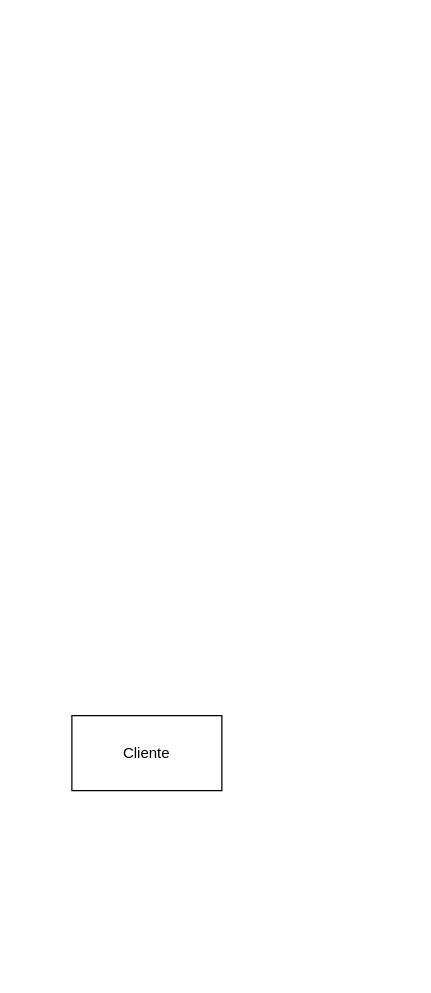
Earlier version of the draw.io diagram Unidad_1/Tareas/Tarea_6/Sistema Gestión de ventas de Automóviles.drawio (OxideVanadium/base_de_datos). Source tidied: cells renumbered, new cells numbered last; positions are measured from the earlier drawing's top-left corner, leaving out a move shared by most shapes. Both pictures are drawn from the tidied source at 125%, with x=0, y=0 at pixel (71, 715).
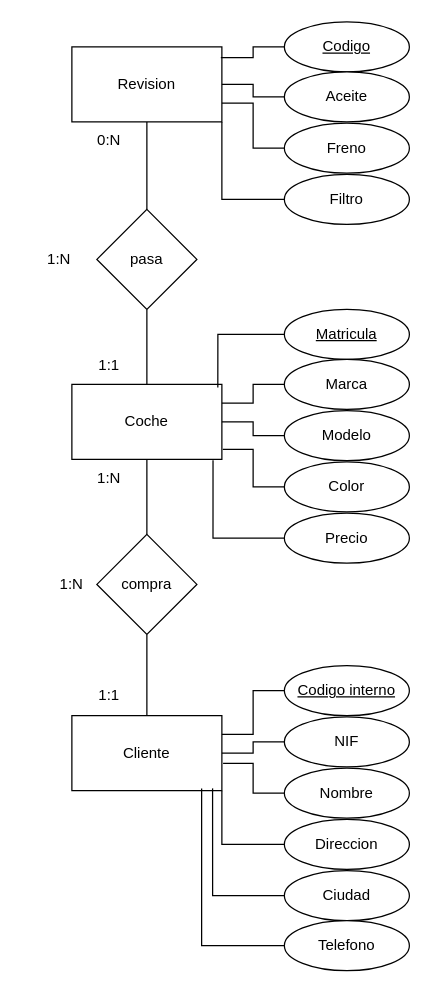
Above is the later version.

Unchanged cells that the change refers to:
```xml
<mxCell id="2" value="Cliente" style="rounded=0;whiteSpace=wrap;html=1;" parent="1" vertex="1">
  <mxGeometry width="120" height="60" as="geometry" />
</mxCell>
```

Change to the diagram source:
```diff
@@
+    <mxCell id="3" style="edgeStyle=orthogonalEdgeStyle;rounded=0;jettySize=auto;html=1;endArrow=none;endFill=0;" parent="1" edge="1" source="4" target="10">
+      <mxGeometry relative="1" as="geometry" />
+    </mxCell>
+    <mxCell id="4" value="Coche" style="rounded=0;whiteSpace=wrap;html=1;" parent="1" vertex="1">
+      <mxGeometry y="-265" width="120" height="60" as="geometry" />
+    </mxCell>
+    <mxCell id="5" style="edgeStyle=orthogonalEdgeStyle;rounded=0;jettySize=auto;html=1;endArrow=none;endFill=0;" parent="1" edge="1" source="6" target="8">
+      <mxGeometry relative="1" as="geometry" />
+    </mxCell>
+    <mxCell id="6" value="Revision" style="rounded=0;whiteSpace=wrap;html=1;" parent="1" vertex="1">
+      <mxGeometry y="-535" width="120" height="60" as="geometry" />
+    </mxCell>
+    <mxCell id="7" style="edgeStyle=orthogonalEdgeStyle;rounded=0;jettySize=auto;html=1;endArrow=none;endFill=0;" parent="1" edge="1" source="8" target="4">
+      <mxGeometry relative="1" as="geometry" />
+    </mxCell>
+    <mxCell id="8" value="pasa" style="rhombus;whiteSpace=wrap;html=1;" parent="1" vertex="1">
+      <mxGeometry x="20" y="-405" width="80" height="80" as="geometry" />
+    </mxCell>
+    <mxCell id="9" style="edgeStyle=orthogonalEdgeStyle;rounded=0;jettySize=auto;html=1;entryX=0.5;entryY=0;entryDx=0;entryDy=0;endArrow=none;endFill=0;" parent="1" edge="1" source="10" target="2">
+      <mxGeometry relative="1" as="geometry" />
+    </mxCell>
+    <mxCell id="10" value="compra" style="rhombus;whiteSpace=wrap;html=1;" parent="1" vertex="1">
+      <mxGeometry x="20" y="-145" width="80" height="80" as="geometry" />
+    </mxCell>
+    <mxCell id="11" value="Matricula" style="ellipse;whiteSpace=wrap;html=1;align=center;fontStyle=4;" parent="1" vertex="1">
+      <mxGeometry x="170" y="-325" width="100" height="40" as="geometry" />
+    </mxCell>
+    <mxCell id="12" style="edgeStyle=orthogonalEdgeStyle;rounded=0;jettySize=auto;html=1;entryX=1;entryY=0.25;entryDx=0;entryDy=0;endArrow=none;endFill=0;" parent="1" edge="1" source="13" target="2">
+      <mxGeometry relative="1" as="geometry" />
+    </mxCell>
+    <mxCell id="13" value="Codigo interno" style="ellipse;whiteSpace=wrap;html=1;align=center;fontStyle=4;" parent="1" vertex="1">
+      <mxGeometry x="170" y="-40" width="100" height="40" as="geometry" />
+    </mxCell>
+    <mxCell id="14" value="&lt;div&gt;Codigo&lt;/div&gt;" style="ellipse;whiteSpace=wrap;html=1;align=center;fontStyle=4;" parent="1" vertex="1">
+      <mxGeometry x="170" y="-555" width="100" height="40" as="geometry" />
+    </mxCell>
+    <mxCell id="15" style="edgeStyle=orthogonalEdgeStyle;rounded=0;jettySize=auto;html=1;endArrow=none;endFill=0;" parent="1" edge="1" source="16" target="2">
+      <mxGeometry relative="1" as="geometry" />
+    </mxCell>
+    <mxCell id="16" value="NIF" style="ellipse;whiteSpace=wrap;html=1;align=center;" parent="1" vertex="1">
+      <mxGeometry x="170" y="1" width="100" height="40" as="geometry" />
+    </mxCell>
+    <mxCell id="17" value="Nombre" style="ellipse;whiteSpace=wrap;html=1;align=center;" parent="1" vertex="1">
+      <mxGeometry x="170" y="42" width="100" height="40" as="geometry" />
+    </mxCell>
+    <mxCell id="18" style="edgeStyle=orthogonalEdgeStyle;rounded=0;jettySize=auto;html=1;entryX=1;entryY=1;entryDx=0;entryDy=0;endArrow=none;endFill=0;" parent="1" edge="1" source="19" target="2">
+      <mxGeometry relative="1" as="geometry" />
+    </mxCell>
+    <mxCell id="19" value="Direccion" style="ellipse;whiteSpace=wrap;html=1;align=center;" parent="1" vertex="1">
+      <mxGeometry x="170" y="83" width="100" height="40" as="geometry" />
+    </mxCell>
+    <mxCell id="20" value="Ciudad" style="ellipse;whiteSpace=wrap;html=1;align=center;" parent="1" vertex="1">
+      <mxGeometry x="170" y="124" width="100" height="40" as="geometry" />
+    </mxCell>
+    <mxCell id="21" value="Telefono" style="ellipse;whiteSpace=wrap;html=1;align=center;" parent="1" vertex="1">
+      <mxGeometry x="170" y="164" width="100" height="40" as="geometry" />
+    </mxCell>
+    <mxCell id="22" style="edgeStyle=orthogonalEdgeStyle;rounded=0;jettySize=auto;html=1;entryX=1;entryY=0.25;entryDx=0;entryDy=0;endArrow=none;endFill=0;" parent="1" edge="1" source="23" target="4">
+      <mxGeometry relative="1" as="geometry" />
+    </mxCell>
+    <mxCell id="23" value="Marca" style="ellipse;whiteSpace=wrap;html=1;align=center;" parent="1" vertex="1">
+      <mxGeometry x="170" y="-285" width="100" height="40" as="geometry" />
+    </mxCell>
+    <mxCell id="24" style="edgeStyle=orthogonalEdgeStyle;rounded=0;jettySize=auto;html=1;endArrow=none;endFill=0;" parent="1" edge="1" source="25" target="4">
+      <mxGeometry relative="1" as="geometry" />
+    </mxCell>
+    <mxCell id="25" value="Modelo" style="ellipse;whiteSpace=wrap;html=1;align=center;" parent="1" vertex="1">
+      <mxGeometry x="170" y="-244" width="100" height="40" as="geometry" />
+    </mxCell>
+    <mxCell id="26" value="Color" style="ellipse;whiteSpace=wrap;html=1;align=center;" parent="1" vertex="1">
+      <mxGeometry x="170" y="-203" width="100" height="40" as="geometry" />
+    </mxCell>
+    <mxCell id="27" value="Precio" style="ellipse;whiteSpace=wrap;html=1;align=center;" parent="1" vertex="1">
+      <mxGeometry x="170" y="-162" width="100" height="40" as="geometry" />
+    </mxCell>
+    <mxCell id="28" style="edgeStyle=orthogonalEdgeStyle;rounded=0;jettySize=auto;html=1;entryX=1.008;entryY=0.637;entryDx=0;entryDy=0;entryPerimeter=0;endArrow=none;endFill=0;" parent="1" edge="1" source="17" target="2">
+      <mxGeometry relative="1" as="geometry" />
+    </mxCell>
+    <mxCell id="29" style="edgeStyle=orthogonalEdgeStyle;rounded=0;jettySize=auto;html=1;entryX=0.938;entryY=0.97;entryDx=0;entryDy=0;entryPerimeter=0;endArrow=none;endFill=0;" parent="1" edge="1" source="20" target="2">
+      <mxGeometry relative="1" as="geometry" />
+    </mxCell>
+    <mxCell id="30" style="edgeStyle=orthogonalEdgeStyle;rounded=0;jettySize=auto;html=1;entryX=0.865;entryY=0.97;entryDx=0;entryDy=0;entryPerimeter=0;endArrow=none;endFill=0;" parent="1" edge="1" source="21" target="2">
+      <mxGeometry relative="1" as="geometry" />
+    </mxCell>
+    <mxCell id="31" style="edgeStyle=orthogonalEdgeStyle;rounded=0;jettySize=auto;html=1;entryX=0.941;entryY=1.013;entryDx=0;entryDy=0;entryPerimeter=0;endArrow=none;endFill=0;" parent="1" edge="1" source="27" target="4">
+      <mxGeometry relative="1" as="geometry" />
+    </mxCell>
+    <mxCell id="32" style="edgeStyle=orthogonalEdgeStyle;rounded=0;jettySize=auto;html=1;entryX=1.006;entryY=0.865;entryDx=0;entryDy=0;entryPerimeter=0;endArrow=none;endFill=0;" parent="1" edge="1" source="26" target="4">
+      <mxGeometry relative="1" as="geometry" />
+    </mxCell>
+    <mxCell id="33" style="edgeStyle=orthogonalEdgeStyle;rounded=0;jettySize=auto;html=1;entryX=0.973;entryY=0.041;entryDx=0;entryDy=0;entryPerimeter=0;endArrow=none;endFill=0;" parent="1" edge="1" source="11" target="4">
+      <mxGeometry relative="1" as="geometry" />
+    </mxCell>
+    <mxCell id="34" value="1:N" style="text;html=1;strokeColor=none;fillColor=none;align=center;verticalAlign=middle;whiteSpace=wrap;rounded=0;" parent="1" vertex="1">
+      <mxGeometry y="-205" width="60" height="30" as="geometry" />
+    </mxCell>
+    <mxCell id="35" value="1:1" style="text;html=1;strokeColor=none;fillColor=none;align=center;verticalAlign=middle;whiteSpace=wrap;rounded=0;" parent="1" vertex="1">
+      <mxGeometry y="-31" width="60" height="30" as="geometry" />
+    </mxCell>
+    <mxCell id="36" value="1:N" style="text;html=1;strokeColor=none;fillColor=none;align=center;verticalAlign=middle;whiteSpace=wrap;rounded=0;" parent="1" vertex="1">
+      <mxGeometry x="-30" y="-120" width="60" height="30" as="geometry" />
+    </mxCell>
+    <mxCell id="37" value="0:N" style="text;html=1;strokeColor=none;fillColor=none;align=center;verticalAlign=middle;whiteSpace=wrap;rounded=0;" parent="1" vertex="1">
+      <mxGeometry y="-475" width="60" height="30" as="geometry" />
+    </mxCell>
+    <mxCell id="38" value="1:1" style="text;html=1;strokeColor=none;fillColor=none;align=center;verticalAlign=middle;whiteSpace=wrap;rounded=0;" parent="1" vertex="1">
+      <mxGeometry y="-295" width="60" height="30" as="geometry" />
+    </mxCell>
+    <mxCell id="39" value="1:N" style="text;html=1;strokeColor=none;fillColor=none;align=center;verticalAlign=middle;whiteSpace=wrap;rounded=0;" parent="1" vertex="1">
+      <mxGeometry x="-40" y="-380" width="60" height="30" as="geometry" />
+    </mxCell>
+    <mxCell id="40" style="edgeStyle=orthogonalEdgeStyle;rounded=0;jettySize=auto;html=1;entryX=0.993;entryY=0.144;entryDx=0;entryDy=0;entryPerimeter=0;endArrow=none;endFill=0;" parent="1" edge="1" source="14" target="6">
+      <mxGeometry relative="1" as="geometry" />
+    </mxCell>
+    <mxCell id="41" style="edgeStyle=orthogonalEdgeStyle;rounded=0;jettySize=auto;html=1;endArrow=none;endFill=0;" parent="1" edge="1" source="42" target="6">
+      <mxGeometry relative="1" as="geometry" />
+    </mxCell>
+    <mxCell id="42" value="Aceite" style="ellipse;whiteSpace=wrap;html=1;align=center;" parent="1" vertex="1">
+      <mxGeometry x="170" y="-515" width="100" height="40" as="geometry" />
+    </mxCell>
+    <mxCell id="43" style="edgeStyle=orthogonalEdgeStyle;rounded=0;jettySize=auto;html=1;entryX=1;entryY=0.75;entryDx=0;entryDy=0;endArrow=none;endFill=0;" parent="1" edge="1" source="44" target="6">
+      <mxGeometry relative="1" as="geometry" />
+    </mxCell>
+    <mxCell id="44" value="Freno" style="ellipse;whiteSpace=wrap;html=1;align=center;" parent="1" vertex="1">
+      <mxGeometry x="170" y="-474" width="100" height="40" as="geometry" />
+    </mxCell>
+    <mxCell id="45" style="edgeStyle=orthogonalEdgeStyle;rounded=0;jettySize=auto;html=1;entryX=1;entryY=1;entryDx=0;entryDy=0;endArrow=none;endFill=0;" parent="1" edge="1" source="46" target="6">
+      <mxGeometry relative="1" as="geometry" />
+    </mxCell>
+    <mxCell id="46" value="Filtro" style="ellipse;whiteSpace=wrap;html=1;align=center;" parent="1" vertex="1">
+      <mxGeometry x="170" y="-433" width="100" height="40" as="geometry" />
+    </mxCell>
```
